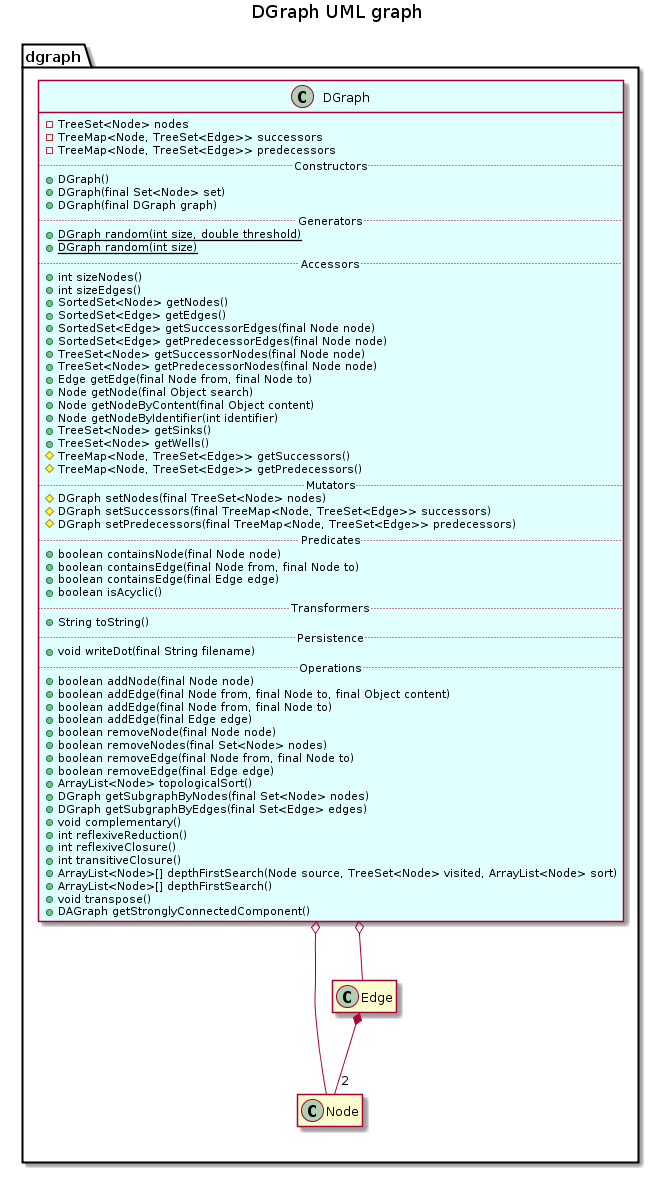
Before: api/dgraph/DGraph.png, a diagram exported from PlantUML (EstrellaRL/java-lattices).
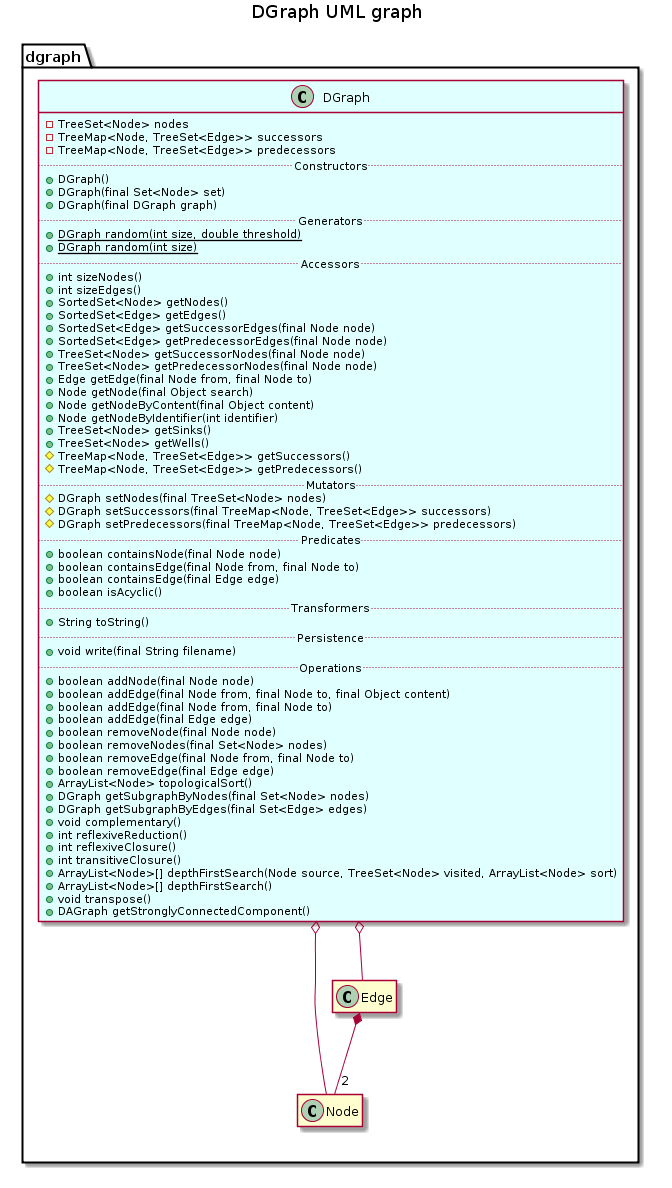
After the change.

Diff of the diagram source:
```diff
@@ -40,7 +40,7 @@
         .. Transformers ..
         +String toString()
         .. Persistence ..
-        +void writeDot(final String filename)
+        +void write(final String filename)
         .. Operations ..
         +boolean addNode(final Node node)
         +boolean addEdge(final Node from, final Node to, final Object content)
@@ -84,7 +84,6 @@
         +boolean hasContent()
         .. Transformers ..
         +String toString()
-        +String toDot()
         .. Comparators ..
         +int compareTo(final Object object)
     }
@@ -108,7 +107,6 @@
         +Node setContent(final Object content)
         .. Transformers ..
         +String toString()
-        +String toDot()
         .. Comparators ..
         +boolean equals(final Object object)
         +int hashCode()
```
